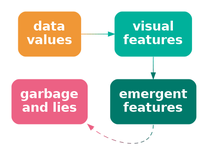
Above: Diagrams/data-vis-vis-lie.png in pmur002/hdvw (Graphviz), before the change. Its source is kept beside it as Diagrams/data-vis-vis-lie.dot.
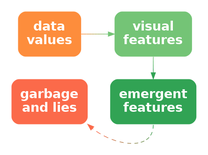
The same diagram one commit later.

What changed in the source:
```diff
@@ -1,15 +1,15 @@
 digraph {
   graph [ rankdir=LR; margin=.2; nodesep=.5 ];
   node [ fontsize=20; fontname="sans bold"; margin=.2 ];
-  data [ label="data\nvalues"; shape=box; style="filled, rounded"; penwidth=0; fontcolor=white; fillcolor="#F09736" ]
-  lie [ label="garbage\nand lies"; shape=box; style="filled, rounded"; penwidth=0; fontcolor=white; fillcolor="#EC6184" ]
+  data [ label="data\nvalues"; shape=box; style="filled, rounded"; penwidth=0; fontcolor=white; fillcolor="#FD8D3C" ]
+  lie [ label="garbage\nand lies"; shape=box; style="filled, rounded"; penwidth=0; fontcolor=white; fillcolor="#FB6A4A" ]
   vis [ label="visual\nfeatures"; shape=box;
-     style="filled, rounded"; penwidth=0; fontcolor=white; fillcolor="#00B19B" ]
+     style="filled, rounded"; penwidth=0; fontcolor=white; fillcolor="#74C476" ]
   add [ label="emergent\nfeatures"; shape=box;
-     style="filled, rounded"; penwidth=0; fontcolor=white; fillcolor="#00796A" ]
-  data -> vis [ color="#F09736;0.1:#D59A41;0.1:#BB9D4C;0.1:#A0A058;0.1:#85A363;0.1:#6BA56E;0.1:#50A879;0.1:#35AB85;0.1:#1BAE90;0.1:#00B19B;0.1" ]
-  vis -> add [ color="#00B19B;0.1:#00AB96;0.1:#00A590;0.1:#009E8B;0.1:#009885;0.1:#009280;0.1:#008C7A;0.1:#008575;0.1:#007F6F;0.1:#00796A;0.1" ]
-  add:s -> lie:se [ style="dashed", color="#00796A;0.1:#1A766D;0.1:#347470;0.1:#4F7173;0.1:#696E76;0.1:#836C78;0.1:#9D697B;0.1:#B8667E;0.1:#D26481;0.1:#EC6184;0.1" ]
+     style="filled, rounded"; penwidth=0; fontcolor=white; fillcolor="#31A354" ]
+  data -> vis [ color="#FD8D3C;0.1:#EE9342;0.1:#DF9949;0.1:#CF9F4F;0.1:#C0A556;0.1:#B1AC5C;0.1:#A2B263;0.1:#92B869;0.1:#83BE70;0.1:#74C476;0.1" ]
+  vis -> add [ color="#74C476;0.1:#6DC072;0.1:#65BD6E;0.1:#5EB96B;0.1:#56B567;0.1:#4FB263;0.1:#47AE5F;0.1:#40AA5C;0.1:#38A758;0.1:#31A354;0.1" ]
+  add:s -> lie:se [ style="dashed", color="#31A354;0.1:#479D53;0.1:#5E9652;0.1:#749051;0.1:#8B8A50;0.1:#A1834E;0.1:#B87D4D;0.1:#CE774C;0.1:#E5704B;0.1:#FB6A4A;0.1" ]
 { rank=same; data, lie }
 { rank=same; vis, add }
 }
```
